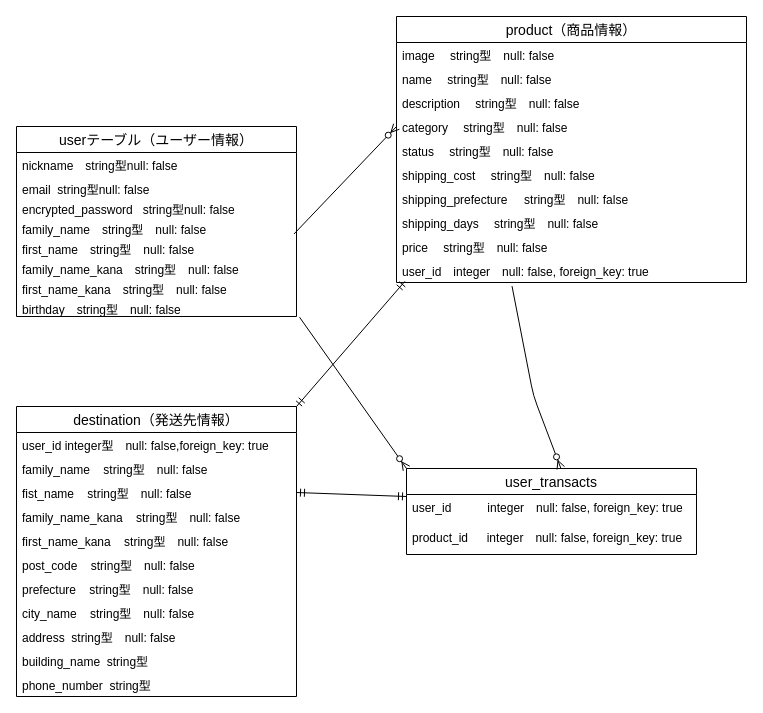
Before: furima.dio in koukikubo/furima-39090, a draw.io diagram. Source tidied: cells renumbered, new cells numbered last; positions are measured from the earlier drawing's top-left corner, leaving out a move shared by most shapes. Both pictures are drawn from the tidied source at 100%, with x=0, y=0 at pixel (16, 16).
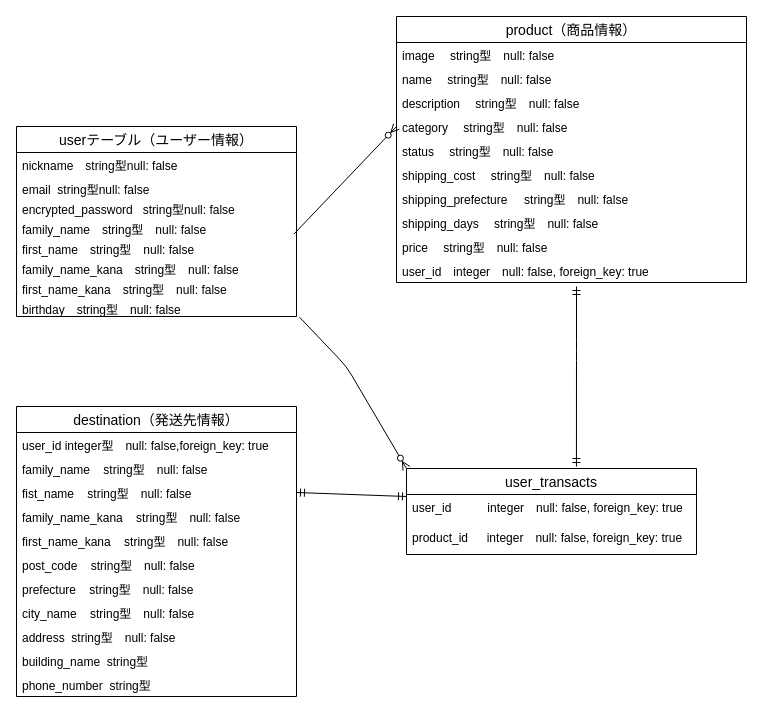
The same page after the edit.

Commit message (it also covers changes not shown here):
コードの修正

The change refers to these unchanged cells:
```xml
<mxCell id="10" value="birthday　string型　null: false" style="text;strokeColor=none;fillColor=none;spacingLeft=4;spacingRight=4;overflow=hidden;points=[[0,0.5],[1,0.5]];portConstraint=eastwest;fontSize=12;" parent="2" vertex="1">
  <mxGeometry y="170" width="280" height="20" as="geometry" />
</mxCell>
<mxCell id="11" value="destination（発送先情報）" style="swimlane;fontStyle=0;horizontal=1;startSize=26;align=center;fontSize=14;" parent="1" vertex="1">
  <mxGeometry y="390" width="280" height="290" as="geometry" />
</mxCell>
<mxCell id="33" value="user_id　integer　null: false, foreign_key: true" style="text;strokeColor=none;fillColor=none;spacingLeft=4;spacingRight=4;overflow=hidden;points=[[0,0.5],[1,0.5]];portConstraint=eastwest;fontSize=12;" parent="23" vertex="1">
  <mxGeometry y="242" width="350" height="24" as="geometry" />
</mxCell>
<mxCell id="34" value="user_transacts" style="swimlane;fontStyle=0;horizontal=1;startSize=26;align=center;fontSize=14;" parent="1" vertex="1">
  <mxGeometry x="390" y="452" width="290" height="86" as="geometry" />
</mxCell>
```

Diff of the diagram source:
```diff
@@
-    <mxCell id="38" style="fontSize=12;html=1;endArrow=ERmandOne;startArrow=ERmandOne;entryX=0.024;entryY=0.951;entryDx=0;entryDy=0;entryPerimeter=0;exitX=1;exitY=0;exitDx=0;exitDy=0;" parent="1" edge="1" source="11" target="33">
-      <mxGeometry relative="1" as="geometry" />
-    </mxCell>
     <mxCell id="39" style="fontSize=12;html=1;endArrow=ERzeroToMany;endFill=1;entryX=0;entryY=0;entryDx=0;entryDy=0;exitX=1.011;exitY=1.038;exitDx=0;exitDy=0;exitPerimeter=0;" parent="1" edge="1" source="10" target="34">
-      <mxGeometry relative="1" as="geometry" />
+      <mxGeometry relative="1" as="geometry">
+        <Array as="points">
+          <mxPoint x="330" y="350" />
+        </Array>
+      </mxGeometry>
     </mxCell>
@@
-    <mxCell id="41" style="fontSize=12;html=1;endArrow=ERzeroToMany;endFill=1;entryX=0.532;entryY=-0.005;entryDx=0;entryDy=0;exitX=0.33;exitY=1.149;exitDx=0;exitDy=0;exitPerimeter=0;entryPerimeter=0;" parent="1" edge="1" source="33" target="34">
+    <mxCell id="41" style="fontSize=12;html=1;endArrow=ERmandOne;startArrow=ERmandOne;entryX=0.586;entryY=-0.023;entryDx=0;entryDy=0;entryPerimeter=0;" parent="1" edge="1" target="34">
       <mxGeometry relative="1" as="geometry">
+        <mxPoint x="560" y="270" as="sourcePoint" />
         <Array as="points">
-          <mxPoint x="516.9" y="379.2" />
+          <mxPoint x="560" y="334" />
         </Array>
       </mxGeometry>
     </mxCell>
```
